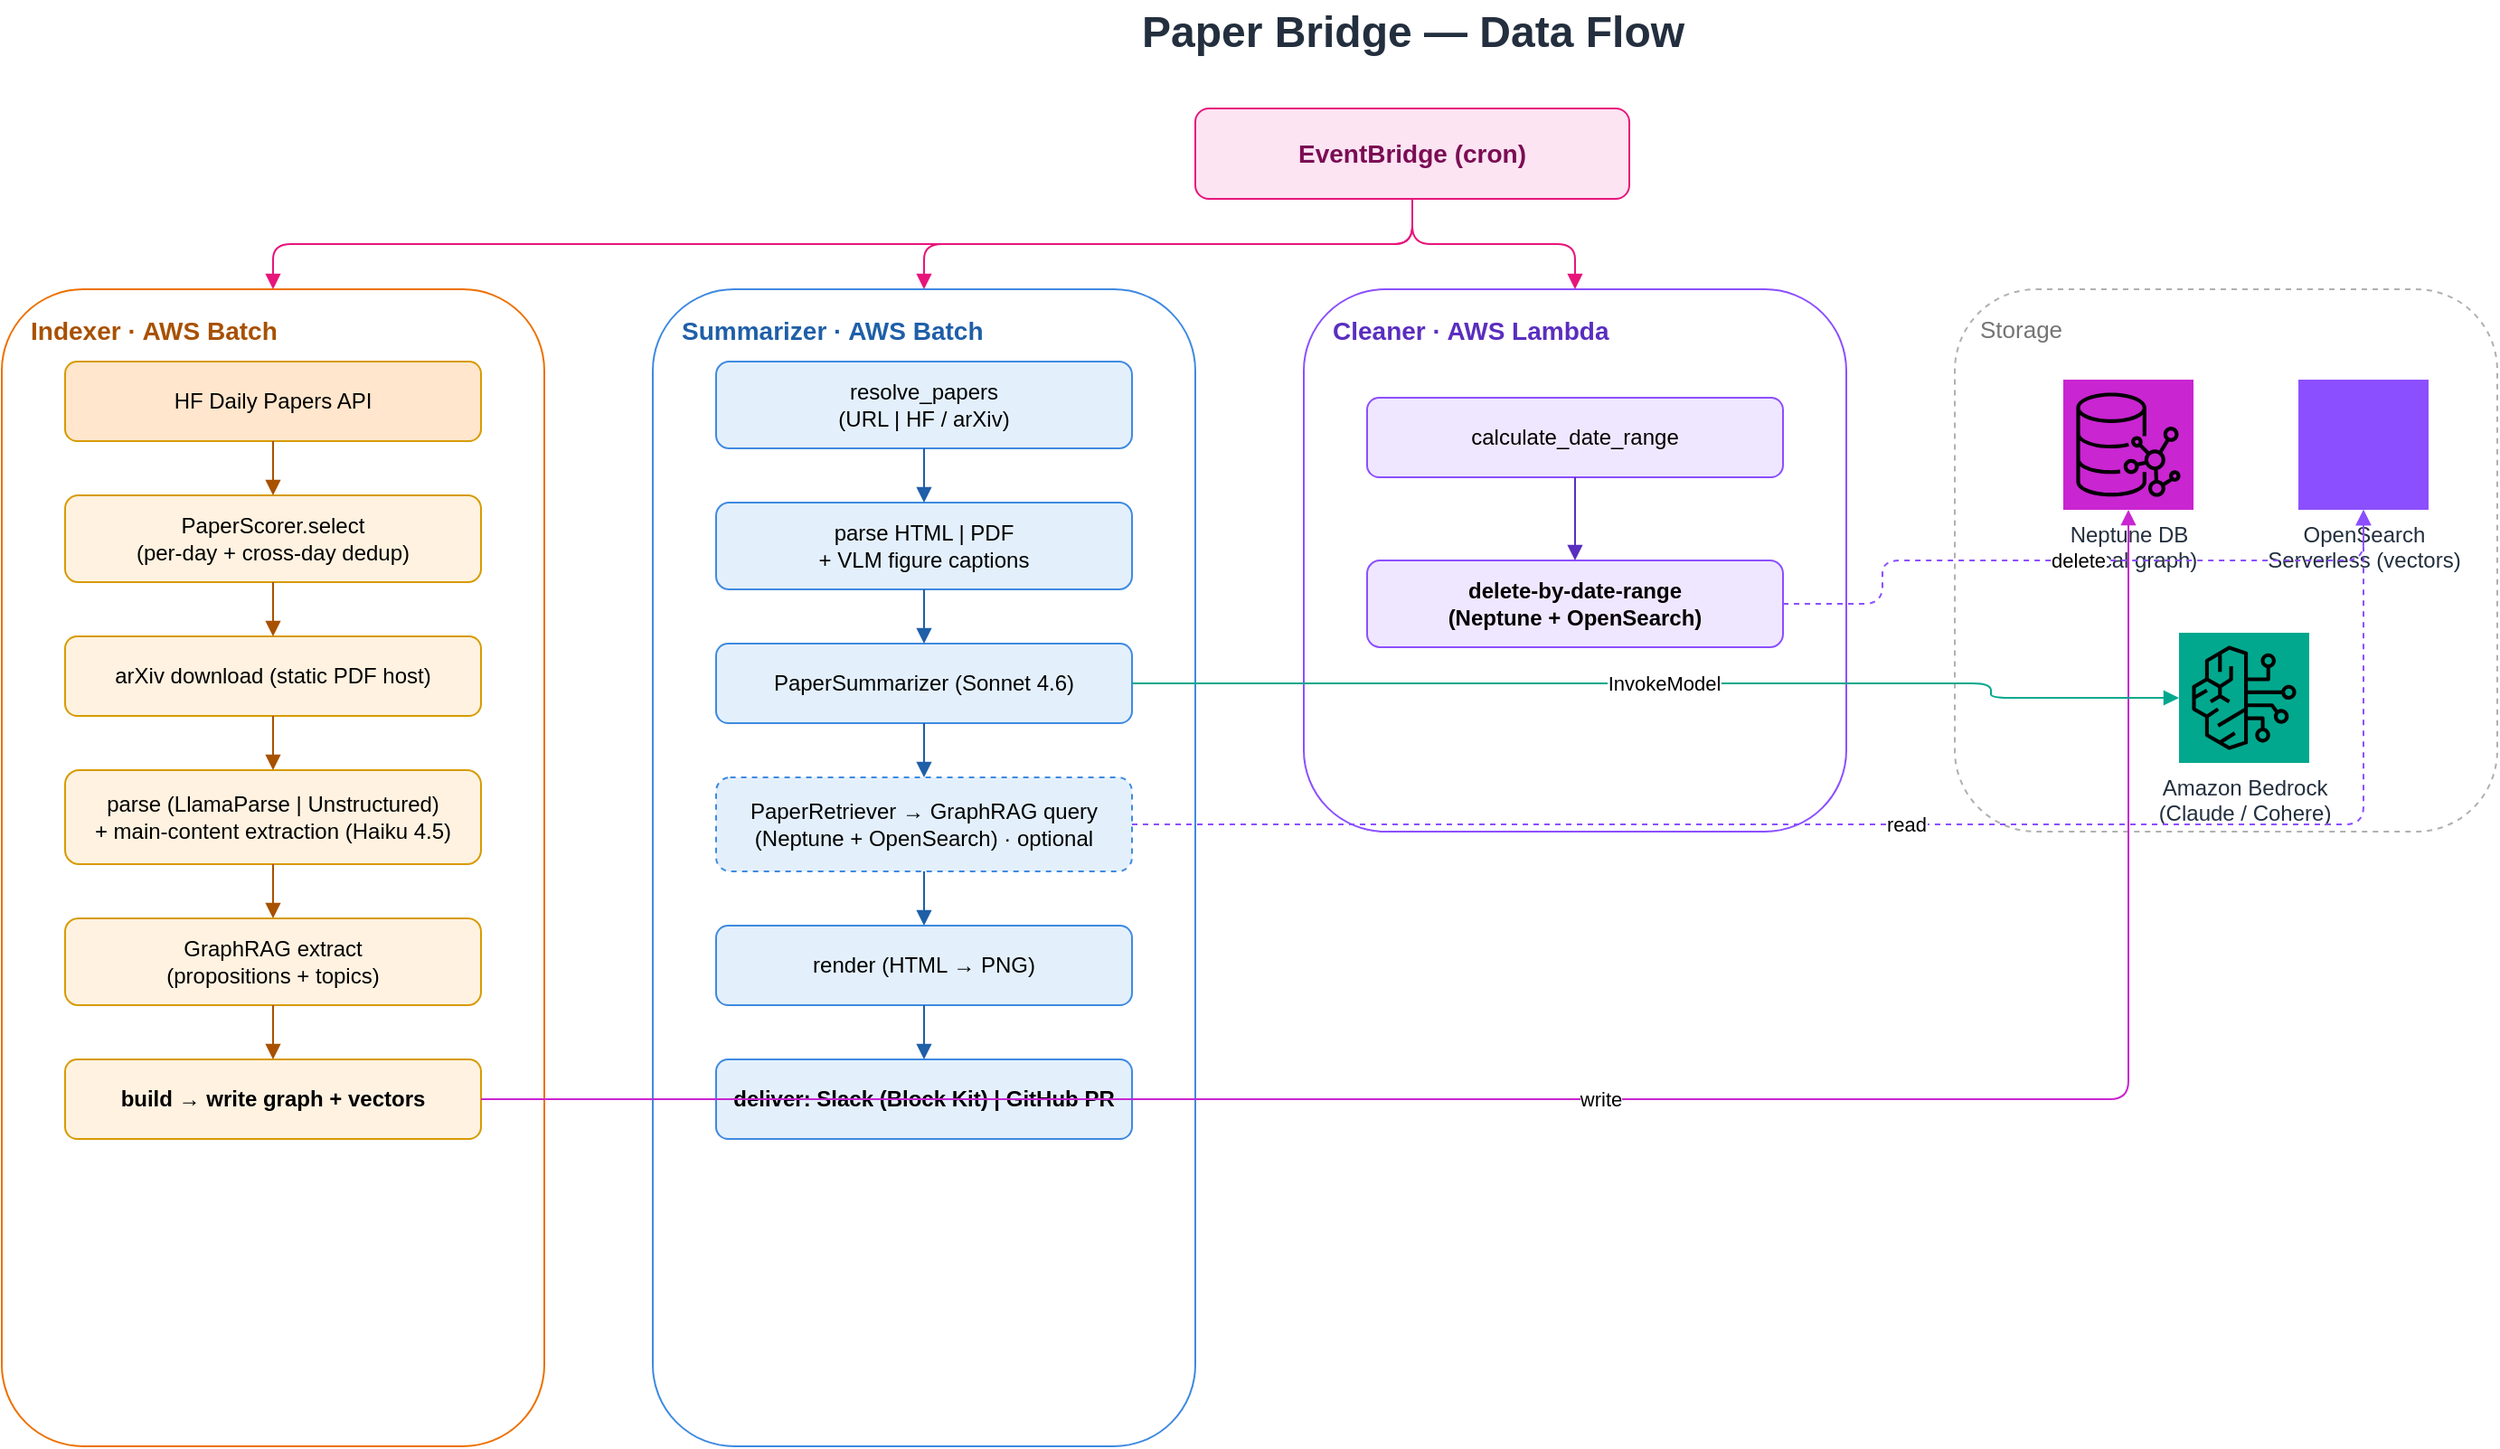
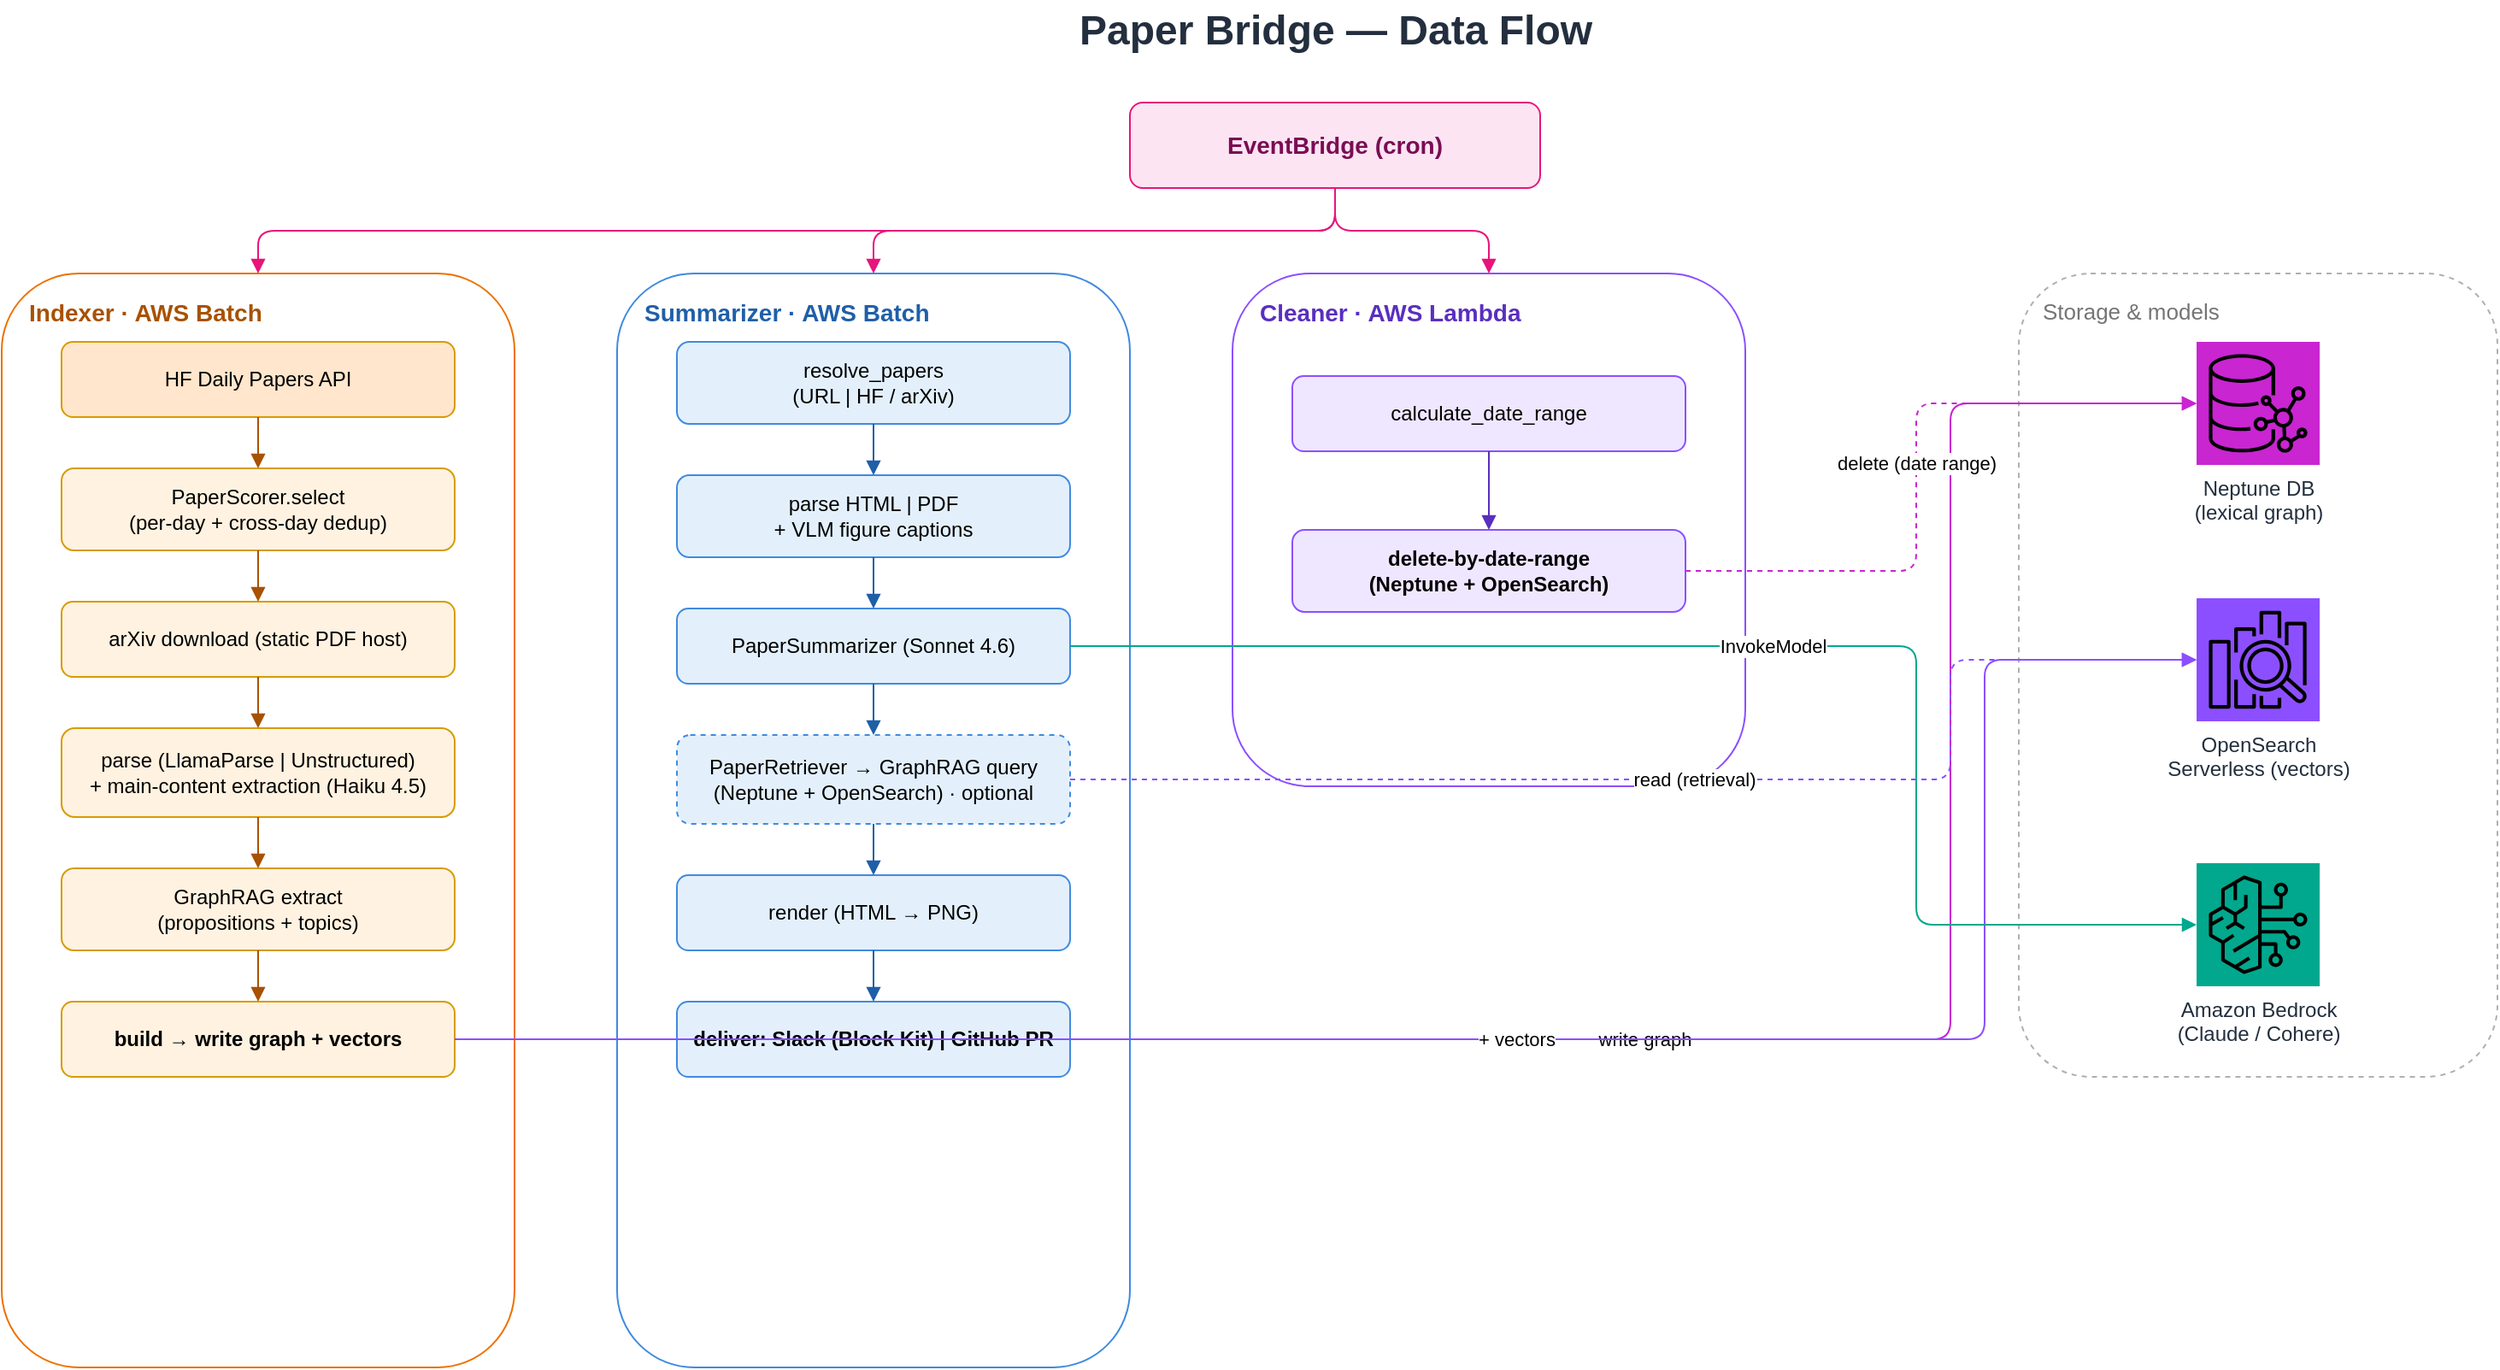
<mxGraphModel dx="1400" dy="900" grid="0" gridSize="10" guides="1" tooltips="1" connect="1" arrows="1" fold="1" page="1" pageScale="1" pageWidth="1700" pageHeight="900" math="0" shadow="0">
  <root>
    <mxCell id="0"/>
    <mxCell id="1" parent="0"/>

    <mxCell id="title" value="Paper Bridge — Data Flow" style="text;html=1;fontSize=24;fontStyle=1;align=center;verticalAlign=middle;fontColor=#232F3E;" vertex="1" parent="1">
      <mxGeometry x="560" y="20" width="560" height="36" as="geometry"/>
    </mxCell>

    <!-- Trigger -->
    <mxCell id="eb" value="EventBridge (cron)" style="rounded=1;whiteSpace=wrap;html=1;fillColor=#FCE4F3;strokeColor=#E7157B;fontSize=14;fontStyle=1;fontColor=#7B0C53;" vertex="1" parent="1">
      <mxGeometry x="720" y="80" width="240" height="50" as="geometry"/>
    </mxCell>

    <!-- ===== Lane 1: Indexer ===== -->
    <mxCell id="laneI" value="Indexer  ·  AWS Batch" style="rounded=1;whiteSpace=wrap;html=1;fillColor=none;strokeColor=#ED7100;dashed=0;verticalAlign=top;fontSize=14;fontStyle=1;fontColor=#A85100;align=left;spacingLeft=14;spacingTop=8;" vertex="1" parent="1">
      <mxGeometry x="60" y="180" width="300" height="640" as="geometry"/>
    </mxCell>
    <mxCell id="i1" value="HF Daily Papers API" style="rounded=1;whiteSpace=wrap;html=1;fillColor=#FFE6CC;strokeColor=#D79B00;fontSize=12;" vertex="1" parent="1">
      <mxGeometry x="95" y="220" width="230" height="44" as="geometry"/>
    </mxCell>
    <mxCell id="i2" value="PaperScorer.select&#10;(per-day + cross-day dedup)" style="rounded=1;whiteSpace=wrap;html=1;fillColor=#FFF2E0;strokeColor=#D79B00;fontSize=12;" vertex="1" parent="1">
      <mxGeometry x="95" y="294" width="230" height="48" as="geometry"/>
    </mxCell>
    <mxCell id="i3" value="arXiv download (static PDF host)" style="rounded=1;whiteSpace=wrap;html=1;fillColor=#FFF2E0;strokeColor=#D79B00;fontSize=12;" vertex="1" parent="1">
      <mxGeometry x="95" y="372" width="230" height="44" as="geometry"/>
    </mxCell>
    <mxCell id="i4" value="parse (LlamaParse | Unstructured)&#10;+ main-content extraction (Haiku 4.5)" style="rounded=1;whiteSpace=wrap;html=1;fillColor=#FFF2E0;strokeColor=#D79B00;fontSize=12;" vertex="1" parent="1">
      <mxGeometry x="95" y="446" width="230" height="52" as="geometry"/>
    </mxCell>
    <mxCell id="i5" value="GraphRAG extract&#10;(propositions + topics)" style="rounded=1;whiteSpace=wrap;html=1;fillColor=#FFF2E0;strokeColor=#D79B00;fontSize=12;" vertex="1" parent="1">
      <mxGeometry x="95" y="528" width="230" height="48" as="geometry"/>
    </mxCell>
    <mxCell id="i6" value="build → write graph + vectors" style="rounded=1;whiteSpace=wrap;html=1;fillColor=#FFF2E0;strokeColor=#D79B00;fontSize=12;fontStyle=1;" vertex="1" parent="1">
      <mxGeometry x="95" y="606" width="230" height="44" as="geometry"/>
    </mxCell>

    <!-- ===== Lane 2: Summarizer ===== -->
    <mxCell id="laneS" value="Summarizer  ·  AWS Batch" style="rounded=1;whiteSpace=wrap;html=1;fillColor=none;strokeColor=#3F8AE0;dashed=0;verticalAlign=top;fontSize=14;fontStyle=1;fontColor=#1F5FA8;align=left;spacingLeft=14;spacingTop=8;" vertex="1" parent="1">
      <mxGeometry x="420" y="180" width="300" height="640" as="geometry"/>
    </mxCell>
    <mxCell id="s1" value="resolve_papers&#10;(URL | HF / arXiv)" style="rounded=1;whiteSpace=wrap;html=1;fillColor=#E3F0FC;strokeColor=#3F8AE0;fontSize=12;" vertex="1" parent="1">
      <mxGeometry x="455" y="220" width="230" height="48" as="geometry"/>
    </mxCell>
    <mxCell id="s2" value="parse HTML | PDF&#10;+ VLM figure captions" style="rounded=1;whiteSpace=wrap;html=1;fillColor=#E3F0FC;strokeColor=#3F8AE0;fontSize=12;" vertex="1" parent="1">
      <mxGeometry x="455" y="298" width="230" height="48" as="geometry"/>
    </mxCell>
    <mxCell id="s3" value="PaperSummarizer (Sonnet 4.6)" style="rounded=1;whiteSpace=wrap;html=1;fillColor=#E3F0FC;strokeColor=#3F8AE0;fontSize=12;" vertex="1" parent="1">
      <mxGeometry x="455" y="376" width="230" height="44" as="geometry"/>
    </mxCell>
    <mxCell id="s4" value="PaperRetriever → GraphRAG query&#10;(Neptune + OpenSearch)  ·  optional" style="rounded=1;whiteSpace=wrap;html=1;fillColor=#E3F0FC;strokeColor=#3F8AE0;fontSize=12;dashed=1;" vertex="1" parent="1">
      <mxGeometry x="455" y="450" width="230" height="52" as="geometry"/>
    </mxCell>
    <mxCell id="s5" value="render (HTML → PNG)" style="rounded=1;whiteSpace=wrap;html=1;fillColor=#E3F0FC;strokeColor=#3F8AE0;fontSize=12;" vertex="1" parent="1">
      <mxGeometry x="455" y="532" width="230" height="44" as="geometry"/>
    </mxCell>
    <mxCell id="s6" value="deliver: Slack (Block Kit) | GitHub PR" style="rounded=1;whiteSpace=wrap;html=1;fillColor=#E3F0FC;strokeColor=#3F8AE0;fontSize=12;fontStyle=1;" vertex="1" parent="1">
      <mxGeometry x="455" y="606" width="230" height="44" as="geometry"/>
    </mxCell>

    <!-- ===== Lane 3: Cleaner ===== -->
    <mxCell id="laneC" value="Cleaner  ·  AWS Lambda" style="rounded=1;whiteSpace=wrap;html=1;fillColor=none;strokeColor=#8C4FFF;dashed=0;verticalAlign=top;fontSize=14;fontStyle=1;fontColor=#5A2EBF;align=left;spacingLeft=14;spacingTop=8;" vertex="1" parent="1">
      <mxGeometry x="780" y="180" width="300" height="300" as="geometry"/>
    </mxCell>
    <mxCell id="c1" value="calculate_date_range" style="rounded=1;whiteSpace=wrap;html=1;fillColor=#EFE7FF;strokeColor=#8C4FFF;fontSize=12;" vertex="1" parent="1">
      <mxGeometry x="815" y="240" width="230" height="44" as="geometry"/>
    </mxCell>
    <mxCell id="c2" value="delete-by-date-range&#10;(Neptune + OpenSearch)" style="rounded=1;whiteSpace=wrap;html=1;fillColor=#EFE7FF;strokeColor=#8C4FFF;fontSize=12;fontStyle=1;" vertex="1" parent="1">
      <mxGeometry x="815" y="330" width="230" height="48" as="geometry"/>
    </mxCell>

-     <!-- ===== Shared stores (right) ===== -->
-     <mxCell id="stores" value="Storage" style="rounded=1;whiteSpace=wrap;html=1;fillColor=none;strokeColor=#B0B0B0;dashed=1;verticalAlign=top;fontSize=13;fontColor=#757575;align=left;spacingLeft=12;spacingTop=8;" vertex="1" parent="1">
-       <mxGeometry x="1140" y="180" width="300" height="300" as="geometry"/>
+     <!-- ===== Shared stores (right, vertical stack) ===== -->
+     <mxCell id="stores" value="Storage &amp; models" style="rounded=1;whiteSpace=wrap;html=1;fillColor=none;strokeColor=#B0B0B0;dashed=1;verticalAlign=top;fontSize=13;fontColor=#757575;align=left;spacingLeft=12;spacingTop=8;" vertex="1" parent="1">
+       <mxGeometry x="1240" y="180" width="280" height="470" as="geometry"/>
    </mxCell>
    <mxCell id="neptune" value="Neptune DB&#10;(lexical graph)" style="sketch=0;outlineConnect=0;fontColor=#232F3E;gradientColor=none;fillColor=#C925D1;strokeColor=none;dashed=0;verticalLabelPosition=bottom;verticalAlign=top;align=center;html=1;fontSize=12;aspect=fixed;shape=mxgraph.aws4.resourceIcon;resIcon=mxgraph.aws4.neptune;" vertex="1" parent="1">
-       <mxGeometry x="1200" y="230" width="72" height="72" as="geometry"/>
+       <mxGeometry x="1344" y="220" width="72" height="72" as="geometry"/>
    </mxCell>
-     <mxCell id="aoss" value="OpenSearch&#10;Serverless (vectors)" style="sketch=0;outlineConnect=0;fontColor=#232F3E;gradientColor=none;fillColor=#8C4FFF;strokeColor=none;dashed=0;verticalLabelPosition=bottom;verticalAlign=top;align=center;html=1;fontSize=12;aspect=fixed;shape=mxgraph.aws4.resourceIcon;resIcon=mxgraph.aws4.opensearch_service;" vertex="1" parent="1">
-       <mxGeometry x="1330" y="230" width="72" height="72" as="geometry"/>
+     <mxCell id="aoss" value="OpenSearch&#10;Serverless (vectors)" style="sketch=0;outlineConnect=0;fontColor=#232F3E;gradientColor=none;fillColor=#8C4FFF;strokeColor=none;dashed=0;verticalLabelPosition=bottom;verticalAlign=top;align=center;html=1;fontSize=12;aspect=fixed;shape=mxgraph.aws4.resourceIcon;resIcon=mxgraph.aws4.elasticsearch_service;" vertex="1" parent="1">
+       <mxGeometry x="1344" y="370" width="72" height="72" as="geometry"/>
    </mxCell>
    <mxCell id="bedrock" value="Amazon Bedrock&#10;(Claude / Cohere)" style="sketch=0;outlineConnect=0;fontColor=#232F3E;gradientColor=none;fillColor=#01A88D;strokeColor=none;dashed=0;verticalLabelPosition=bottom;verticalAlign=top;align=center;html=1;fontSize=12;aspect=fixed;shape=mxgraph.aws4.resourceIcon;resIcon=mxgraph.aws4.bedrock;" vertex="1" parent="1">
-       <mxGeometry x="1264" y="370" width="72" height="72" as="geometry"/>
+       <mxGeometry x="1344" y="525" width="72" height="72" as="geometry"/>
    </mxCell>

    <!-- ===== trigger edges ===== -->
    <mxCell id="t1" style="edgeStyle=orthogonalEdgeStyle;rounded=1;html=1;endArrow=block;strokeColor=#E7157B;exitX=0.5;exitY=1;exitDx=0;exitDy=0;entryX=0.5;entryY=0;entryDx=0;entryDy=0;" edge="1" parent="1" source="eb" target="laneI">
      <mxGeometry relative="1" as="geometry"><Array as="points"><mxPoint x="210" y="155"/></Array></mxGeometry>
    </mxCell>
    <mxCell id="t2" style="edgeStyle=orthogonalEdgeStyle;rounded=1;html=1;endArrow=block;strokeColor=#E7157B;exitX=0.5;exitY=1;exitDx=0;exitDy=0;entryX=0.5;entryY=0;entryDx=0;entryDy=0;" edge="1" parent="1" source="eb" target="laneS">
      <mxGeometry relative="1" as="geometry"><Array as="points"><mxPoint x="570" y="155"/></Array></mxGeometry>
    </mxCell>
    <mxCell id="t3" style="edgeStyle=orthogonalEdgeStyle;rounded=1;html=1;endArrow=block;strokeColor=#E7157B;exitX=0.5;exitY=1;exitDx=0;exitDy=0;entryX=0.5;entryY=0;entryDx=0;entryDy=0;" edge="1" parent="1" source="eb" target="laneC">
      <mxGeometry relative="1" as="geometry"><Array as="points"><mxPoint x="930" y="155"/></Array></mxGeometry>
    </mxCell>

    <!-- ===== Indexer step edges ===== -->
    <mxCell id="ei12" style="edgeStyle=orthogonalEdgeStyle;rounded=1;html=1;endArrow=block;strokeColor=#A85100;" edge="1" parent="1" source="i1" target="i2"><mxGeometry relative="1" as="geometry"/></mxCell>
    <mxCell id="ei23" style="edgeStyle=orthogonalEdgeStyle;rounded=1;html=1;endArrow=block;strokeColor=#A85100;" edge="1" parent="1" source="i2" target="i3"><mxGeometry relative="1" as="geometry"/></mxCell>
    <mxCell id="ei34" style="edgeStyle=orthogonalEdgeStyle;rounded=1;html=1;endArrow=block;strokeColor=#A85100;" edge="1" parent="1" source="i3" target="i4"><mxGeometry relative="1" as="geometry"/></mxCell>
    <mxCell id="ei45" style="edgeStyle=orthogonalEdgeStyle;rounded=1;html=1;endArrow=block;strokeColor=#A85100;" edge="1" parent="1" source="i4" target="i5"><mxGeometry relative="1" as="geometry"/></mxCell>
    <mxCell id="ei56" style="edgeStyle=orthogonalEdgeStyle;rounded=1;html=1;endArrow=block;strokeColor=#A85100;" edge="1" parent="1" source="i5" target="i6"><mxGeometry relative="1" as="geometry"/></mxCell>

    <!-- ===== Summarizer step edges ===== -->
    <mxCell id="es12" style="edgeStyle=orthogonalEdgeStyle;rounded=1;html=1;endArrow=block;strokeColor=#1F5FA8;" edge="1" parent="1" source="s1" target="s2"><mxGeometry relative="1" as="geometry"/></mxCell>
    <mxCell id="es23" style="edgeStyle=orthogonalEdgeStyle;rounded=1;html=1;endArrow=block;strokeColor=#1F5FA8;" edge="1" parent="1" source="s2" target="s3"><mxGeometry relative="1" as="geometry"/></mxCell>
    <mxCell id="es34" style="edgeStyle=orthogonalEdgeStyle;rounded=1;html=1;endArrow=block;strokeColor=#1F5FA8;" edge="1" parent="1" source="s3" target="s4"><mxGeometry relative="1" as="geometry"/></mxCell>
    <mxCell id="es45" style="edgeStyle=orthogonalEdgeStyle;rounded=1;html=1;endArrow=block;strokeColor=#1F5FA8;" edge="1" parent="1" source="s4" target="s5"><mxGeometry relative="1" as="geometry"/></mxCell>
    <mxCell id="es56" style="edgeStyle=orthogonalEdgeStyle;rounded=1;html=1;endArrow=block;strokeColor=#1F5FA8;" edge="1" parent="1" source="s5" target="s6"><mxGeometry relative="1" as="geometry"/></mxCell>

    <!-- ===== Cleaner step edge ===== -->
    <mxCell id="ec12" style="edgeStyle=orthogonalEdgeStyle;rounded=1;html=1;endArrow=block;strokeColor=#5A2EBF;" edge="1" parent="1" source="c1" target="c2"><mxGeometry relative="1" as="geometry"/></mxCell>

-     <!-- ===== to stores ===== -->
-     <mxCell id="ei_write" value="write" style="edgeStyle=orthogonalEdgeStyle;rounded=1;html=1;endArrow=block;strokeColor=#C925D1;fontSize=11;exitX=1;exitY=0.5;exitDx=0;exitDy=0;entryX=0.5;entryY=1;entryDx=0;entryDy=0;" edge="1" parent="1" source="i6" target="neptune">
-       <mxGeometry relative="1" as="geometry"><Array as="points"><mxPoint x="1236" y="628"/></Array></mxGeometry>
+     <!-- ===== to stores: all enter the store icons from the LEFT (entryX=0),
+          routed up a shared vertical channel at x=1200 so no line crosses an
+          icon or its caption. ===== -->
+     <mxCell id="ei_write" value="write graph" style="edgeStyle=orthogonalEdgeStyle;rounded=1;html=1;endArrow=block;strokeColor=#C925D1;fontSize=11;exitX=1;exitY=0.5;exitDx=0;exitDy=0;entryX=0;entryY=0.5;entryDx=0;entryDy=0;" edge="1" parent="1" source="i6" target="neptune">
+       <mxGeometry relative="1" as="geometry"><Array as="points"><mxPoint x="1200" y="628"/><mxPoint x="1200" y="256"/></Array></mxGeometry>
    </mxCell>
-     <mxCell id="es_read" value="read" style="edgeStyle=orthogonalEdgeStyle;rounded=1;html=1;endArrow=block;dashed=1;strokeColor=#8C4FFF;fontSize=11;exitX=1;exitY=0.5;exitDx=0;exitDy=0;entryX=0.5;entryY=1;entryDx=0;entryDy=0;" edge="1" parent="1" source="s4" target="aoss">
-       <mxGeometry relative="1" as="geometry"><Array as="points"><mxPoint x="1366" y="476"/></Array></mxGeometry>
+     <mxCell id="ei_write_v" value="+ vectors" style="edgeStyle=orthogonalEdgeStyle;rounded=1;html=1;endArrow=block;strokeColor=#8C4FFF;fontSize=11;exitX=1;exitY=0.5;exitDx=0;exitDy=0;entryX=0;entryY=0.5;entryDx=0;entryDy=0;" edge="1" parent="1" source="i6" target="aoss">
+       <mxGeometry relative="1" as="geometry"><Array as="points"><mxPoint x="1220" y="628"/><mxPoint x="1220" y="406"/></Array></mxGeometry>
    </mxCell>
-     <mxCell id="ec_del" value="delete" style="edgeStyle=orthogonalEdgeStyle;rounded=1;html=1;endArrow=block;dashed=1;strokeColor=#8C4FFF;fontSize=11;exitX=1;exitY=0.5;exitDx=0;exitDy=0;entryX=0.5;entryY=1;entryDx=0;entryDy=0;" edge="1" parent="1" source="c2" target="aoss">
-       <mxGeometry relative="1" as="geometry"><Array as="points"><mxPoint x="1100" y="354"/><mxPoint x="1100" y="330"/><mxPoint x="1366" y="330"/></Array></mxGeometry>
+     <mxCell id="es_read" value="read (retrieval)" style="edgeStyle=orthogonalEdgeStyle;rounded=1;html=1;endArrow=block;dashed=1;strokeColor=#8C4FFF;fontSize=11;exitX=1;exitY=0.5;exitDx=0;exitDy=0;entryX=0;entryY=0.5;entryDx=0;entryDy=0;" edge="1" parent="1" source="s4" target="aoss">
+       <mxGeometry relative="1" as="geometry"><Array as="points"><mxPoint x="1200" y="476"/><mxPoint x="1200" y="406"/></Array></mxGeometry>
    </mxCell>
    <mxCell id="es_llm" value="InvokeModel" style="edgeStyle=orthogonalEdgeStyle;rounded=1;html=1;endArrow=block;strokeColor=#01A88D;fontSize=11;exitX=1;exitY=0.5;exitDx=0;exitDy=0;entryX=0;entryY=0.5;entryDx=0;entryDy=0;" edge="1" parent="1" source="s3" target="bedrock">
-       <mxGeometry relative="1" as="geometry"><Array as="points"><mxPoint x="1160" y="398"/></Array></mxGeometry>
+       <mxGeometry relative="1" as="geometry"><Array as="points"><mxPoint x="1180" y="398"/><mxPoint x="1180" y="561"/></Array></mxGeometry>
+     </mxCell>
+     <mxCell id="ec_del" value="delete (date range)" style="edgeStyle=orthogonalEdgeStyle;rounded=1;html=1;endArrow=block;dashed=1;strokeColor=#C925D1;fontSize=11;exitX=1;exitY=0.5;exitDx=0;exitDy=0;entryX=0;entryY=0.5;entryDx=0;entryDy=0;" edge="1" parent="1" source="c2" target="neptune">
+       <mxGeometry relative="1" as="geometry"><Array as="points"><mxPoint x="1180" y="354"/><mxPoint x="1180" y="256"/></Array></mxGeometry>
    </mxCell>
  </root>
</mxGraphModel>
